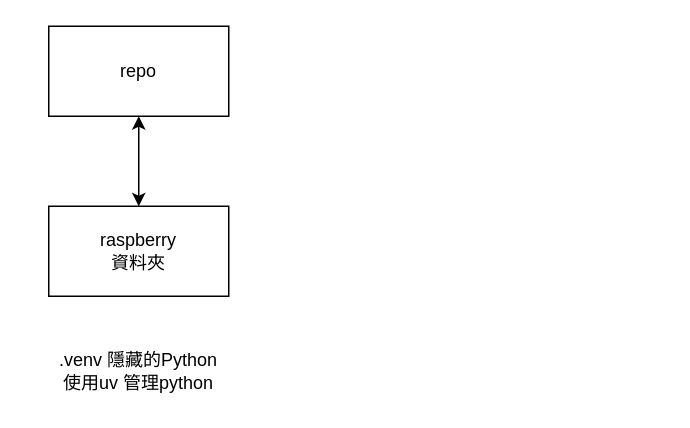
samchen2000/2025_10_26_Python_Pico_Class keeps this draw.io diagram as Class/class_3.drawio. Above is the earlier version. Source tidied: cells renumbered, new cells numbered last; positions are measured from the earlier drawing's top-left corner, leaving out a move shared by most shapes. Both pictures are drawn from the tidied source at 150%, with x=0, y=0 at pixel (26, 26).
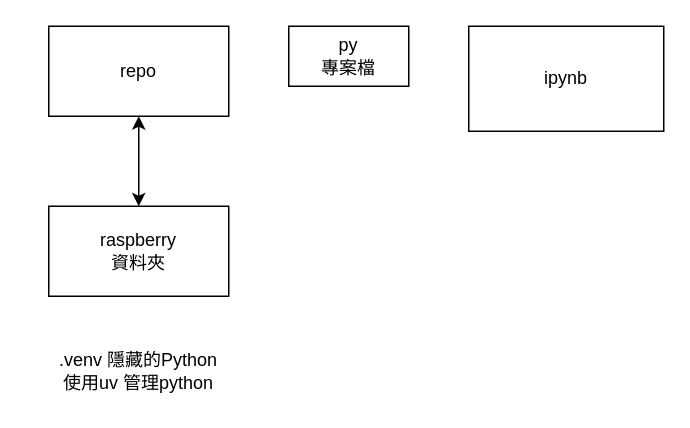
Above is the later version.

Commit message (it also covers changes not shown here):
ipynb 使用方式

Diff of the diagram source:
```diff
@@
 <mxGraphModel>
   <root>
     <mxCell id="0" />
     <mxCell id="1" parent="0" />
     <mxCell id="2" value="raspberry&lt;br&gt;資料夾" style="rounded=0;whiteSpace=wrap;html=1;" parent="1" vertex="1">
       <mxGeometry x="15" y="120" width="120" height="60" as="geometry" />
     </mxCell>
     <mxCell id="3" value="repo" style="rounded=0;whiteSpace=wrap;html=1;" parent="1" vertex="1">
       <mxGeometry x="15" width="120" height="60" as="geometry" />
     </mxCell>
     <mxCell id="4" style="endArrow=classic;startArrow=classic;html=1;" parent="1" edge="1" source="2">
       <mxGeometry relative="1" as="geometry">
         <mxPoint x="75" y="60" as="targetPoint" />
       </mxGeometry>
     </mxCell>
     <mxCell id="5" value=".venv 隱藏的Python&lt;br&gt;使用uv 管理python" style="text;html=1;strokeColor=none;fillColor=none;align=center;verticalAlign=middle;whiteSpace=wrap;rounded=0;" parent="1" vertex="1">
       <mxGeometry y="210" width="150" height="40" as="geometry" />
     </mxCell>
+    <mxCell id="6" value="py&lt;br&gt;專案檔" style="rounded=0;whiteSpace=wrap;html=1;" parent="1" vertex="1">
+      <mxGeometry x="175" width="80" height="40" as="geometry" />
+    </mxCell>
+    <mxCell id="7" value="ipynb&lt;br&gt;" style="rounded=0;whiteSpace=wrap;html=1;" parent="1" vertex="1">
+      <mxGeometry x="295" width="130" height="70" as="geometry" />
+    </mxCell>
   </root>
 </mxGraphModel>
```
